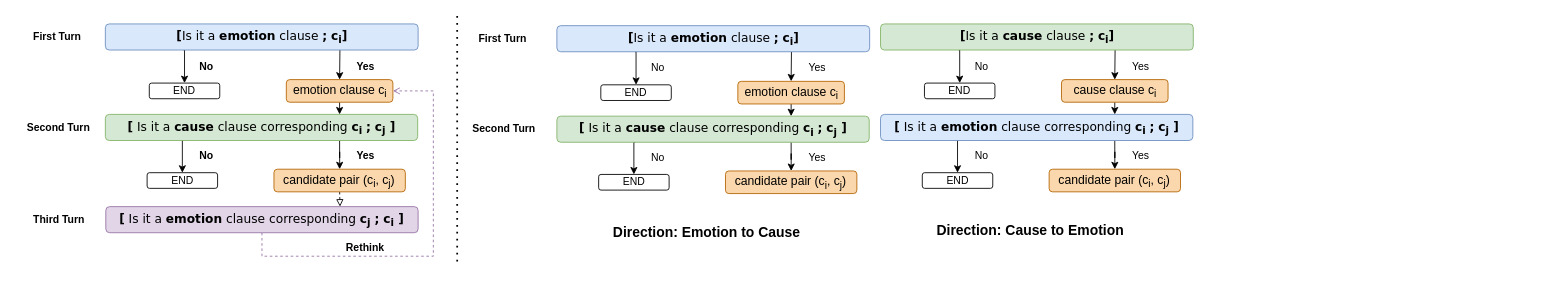
Above: framework2.drawio in zhoucz97/paper_figure (draw.io), before the change. Source tidied: cells renumbered, new cells numbered last; positions are measured from the earlier drawing's top-left corner, leaving out a move shared by most shapes. Both pictures are drawn from the tidied source at 87%, with x=0, y=0 at pixel (15, 16).
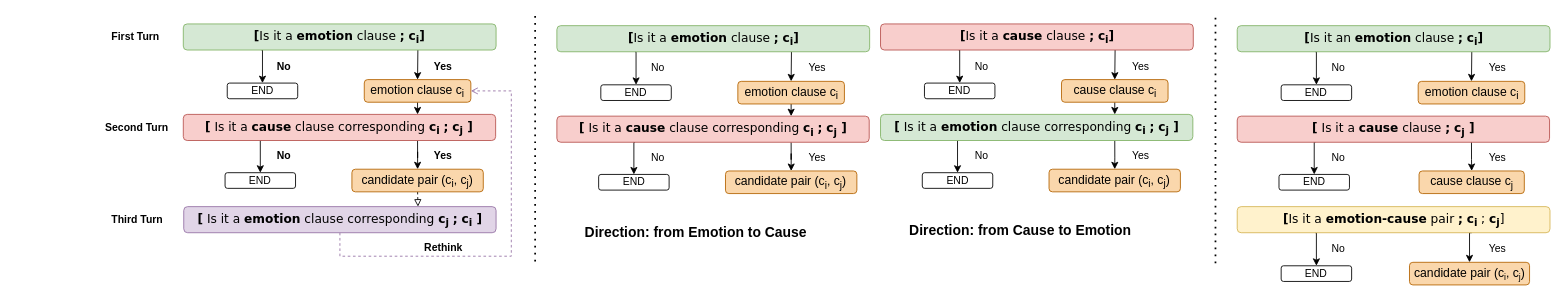
The same page after the edit.

What changed in the source:
```diff
@@
-    <mxCell id="4" value="&lt;font style=&quot;font-size: 14px&quot;&gt;&lt;font face=&quot;Verdana&quot;&gt;&lt;b&gt;[&lt;/b&gt;&lt;/font&gt;&lt;span style=&quot;font-family: &amp;#34;verdana&amp;#34;&quot;&gt;Is it a&amp;nbsp;&lt;/span&gt;&lt;b style=&quot;font-family: &amp;#34;verdana&amp;#34;&quot;&gt;emotion&lt;/b&gt;&lt;span style=&quot;font-family: &amp;#34;verdana&amp;#34;&quot;&gt;&amp;nbsp;clause&amp;nbsp;&lt;/span&gt;&lt;b style=&quot;font-family: &amp;#34;verdana&amp;#34;&quot;&gt;;&lt;/b&gt;&lt;span style=&quot;font-family: &amp;#34;verdana&amp;#34;&quot;&gt;&amp;nbsp;&lt;b&gt;c&lt;sub&gt;i&lt;/sub&gt;]&lt;/b&gt;&lt;/span&gt;&lt;/font&gt;" style="rounded=1;whiteSpace=wrap;html=1;fillColor=#dae8fc;strokeColor=#6c8ebf;" parent="1" vertex="1">
+    <mxCell id="4" value="&lt;font style=&quot;font-size: 14px&quot;&gt;&lt;font face=&quot;Verdana&quot;&gt;&lt;b&gt;[&lt;/b&gt;&lt;/font&gt;&lt;span style=&quot;font-family: &amp;#34;verdana&amp;#34;&quot;&gt;Is it a&amp;nbsp;&lt;/span&gt;&lt;b style=&quot;font-family: &amp;#34;verdana&amp;#34;&quot;&gt;emotion&lt;/b&gt;&lt;span style=&quot;font-family: &amp;#34;verdana&amp;#34;&quot;&gt;&amp;nbsp;clause&amp;nbsp;&lt;/span&gt;&lt;b style=&quot;font-family: &amp;#34;verdana&amp;#34;&quot;&gt;;&lt;/b&gt;&lt;span style=&quot;font-family: &amp;#34;verdana&amp;#34;&quot;&gt;&amp;nbsp;&lt;b&gt;c&lt;sub&gt;i&lt;/sub&gt;]&lt;/b&gt;&lt;/span&gt;&lt;/font&gt;" style="rounded=1;whiteSpace=wrap;html=1;fillColor=#d5e8d4;strokeColor=#82b366;" parent="1" vertex="1">
       <mxGeometry x="622.6" y="11" width="359.5" height="30" as="geometry" />
     </mxCell>
@@
-    <mxCell id="8" value="&lt;font style=&quot;font-size: 14px&quot; face=&quot;Verdana&quot;&gt;&lt;b&gt;[&lt;/b&gt; Is it a &lt;b&gt;cause&lt;/b&gt; clause corresponding &lt;b&gt;c&lt;sub&gt;i&lt;/sub&gt;&lt;/b&gt; &lt;b&gt;;&lt;/b&gt; &lt;b&gt;c&lt;sub&gt;j&lt;/sub&gt;&amp;nbsp;]&lt;/b&gt;&lt;/font&gt;" style="rounded=1;whiteSpace=wrap;html=1;fillColor=#D5E8D4;strokeColor=#82B366;" parent="1" vertex="1">
+    <mxCell id="8" value="&lt;font style=&quot;font-size: 14px&quot; face=&quot;Verdana&quot;&gt;&lt;b&gt;[&lt;/b&gt; Is it a &lt;b&gt;cause&lt;/b&gt; clause corresponding &lt;b&gt;c&lt;sub&gt;i&lt;/sub&gt;&lt;/b&gt; &lt;b&gt;;&lt;/b&gt; &lt;b&gt;c&lt;sub&gt;j&lt;/sub&gt;&amp;nbsp;]&lt;/b&gt;&lt;/font&gt;" style="rounded=1;whiteSpace=wrap;html=1;fillColor=#f8cecc;strokeColor=#b85450;" parent="1" vertex="1">
       <mxGeometry x="622.6" y="115" width="359" height="30" as="geometry" />
     </mxCell>
@@
-    <mxCell id="13" value="&lt;b&gt;First Turn&lt;/b&gt;" style="text;html=1;strokeColor=none;fillColor=none;align=center;verticalAlign=middle;whiteSpace=wrap;rounded=0;" parent="1" vertex="1">
-      <mxGeometry x="511.6" y="16" width="97" height="20" as="geometry" />
-    </mxCell>
-    <mxCell id="14" value="&lt;b&gt;Second Turn&lt;/b&gt;" style="text;html=1;strokeColor=none;fillColor=none;align=center;verticalAlign=middle;whiteSpace=wrap;rounded=0;" parent="1" vertex="1">
-      <mxGeometry x="511.6" y="120" width="100.2" height="20" as="geometry" />
-    </mxCell>
@@
-    <mxCell id="21" value="&lt;font style=&quot;font-size: 14px&quot;&gt;&lt;font face=&quot;Verdana&quot;&gt;&lt;b&gt;[&lt;/b&gt;&lt;/font&gt;&lt;span style=&quot;font-family: &amp;#34;verdana&amp;#34;&quot;&gt;Is it a&amp;nbsp;&lt;/span&gt;&lt;b style=&quot;font-family: &amp;#34;verdana&amp;#34;&quot;&gt;cause&lt;/b&gt;&lt;span style=&quot;font-family: &amp;#34;verdana&amp;#34;&quot;&gt;&amp;nbsp;clause&amp;nbsp;&lt;/span&gt;&lt;b style=&quot;font-family: &amp;#34;verdana&amp;#34;&quot;&gt;;&lt;/b&gt;&lt;span style=&quot;font-family: &amp;#34;verdana&amp;#34;&quot;&gt;&amp;nbsp;&lt;b&gt;c&lt;sub&gt;i&lt;/sub&gt;]&lt;/b&gt;&lt;/span&gt;&lt;/font&gt;" style="rounded=1;whiteSpace=wrap;html=1;fillColor=#D5E8D4;strokeColor=#82B366;" parent="1" vertex="1">
+    <mxCell id="21" value="&lt;font style=&quot;font-size: 14px&quot;&gt;&lt;font face=&quot;Verdana&quot;&gt;&lt;b&gt;[&lt;/b&gt;&lt;/font&gt;&lt;span style=&quot;font-family: &amp;#34;verdana&amp;#34;&quot;&gt;Is it a&amp;nbsp;&lt;/span&gt;&lt;b style=&quot;font-family: &amp;#34;verdana&amp;#34;&quot;&gt;cause&lt;/b&gt;&lt;span style=&quot;font-family: &amp;#34;verdana&amp;#34;&quot;&gt;&amp;nbsp;clause&amp;nbsp;&lt;/span&gt;&lt;b style=&quot;font-family: &amp;#34;verdana&amp;#34;&quot;&gt;;&lt;/b&gt;&lt;span style=&quot;font-family: &amp;#34;verdana&amp;#34;&quot;&gt;&amp;nbsp;&lt;b&gt;c&lt;sub&gt;i&lt;/sub&gt;]&lt;/b&gt;&lt;/span&gt;&lt;/font&gt;" style="rounded=1;whiteSpace=wrap;html=1;fillColor=#f8cecc;strokeColor=#b85450;" parent="1" vertex="1">
       <mxGeometry x="994.6" y="9" width="359.5" height="30" as="geometry" />
     </mxCell>
@@
-    <mxCell id="25" value="&lt;font style=&quot;font-size: 14px&quot; face=&quot;Verdana&quot;&gt;&lt;b&gt;[&lt;/b&gt; Is it a &lt;b&gt;emotion&lt;/b&gt; clause corresponding &lt;b&gt;c&lt;sub&gt;i&lt;/sub&gt;&lt;/b&gt; &lt;b&gt;;&lt;/b&gt; &lt;b&gt;c&lt;sub&gt;j&lt;/sub&gt;&amp;nbsp;]&lt;/b&gt;&lt;/font&gt;" style="rounded=1;whiteSpace=wrap;html=1;fillColor=#DAE8FC;strokeColor=#6C8EBF;" parent="1" vertex="1">
+    <mxCell id="25" value="&lt;font style=&quot;font-size: 14px&quot; face=&quot;Verdana&quot;&gt;&lt;b&gt;[&lt;/b&gt; Is it a &lt;b&gt;emotion&lt;/b&gt; clause corresponding &lt;b&gt;c&lt;sub&gt;i&lt;/sub&gt;&lt;/b&gt; &lt;b&gt;;&lt;/b&gt; &lt;b&gt;c&lt;sub&gt;j&lt;/sub&gt;&amp;nbsp;]&lt;/b&gt;&lt;/font&gt;" style="rounded=1;whiteSpace=wrap;html=1;fillColor=#d5e8d4;strokeColor=#82b366;" parent="1" vertex="1">
       <mxGeometry x="994.6" y="113" width="359" height="30" as="geometry" />
     </mxCell>
@@
     <mxCell id="29" value="&lt;font style=&quot;font-size: 14px&quot;&gt;candidate pair (c&lt;sub&gt;i&lt;/sub&gt;, c&lt;sub&gt;j&lt;/sub&gt;)&lt;/font&gt;" style="rounded=1;whiteSpace=wrap;html=1;fillColor=#fad7ac;strokeColor=#b46504;" parent="1" vertex="1">
-      <mxGeometry x="1188.4" y="176" width="151" height="26" as="geometry" />
+      <mxGeometry x="1188.3" y="176" width="151" height="26" as="geometry" />
     </mxCell>
@@
     <mxCell id="34" style="endArrow=none;dashed=1;html=1;dashPattern=1 3;strokeWidth=2;" parent="1" edge="1">
       <mxGeometry relative="1" as="geometry">
-        <mxPoint x="508" as="sourcePoint" />
-        <mxPoint x="508" y="283" as="targetPoint" />
+        <mxPoint x="597.6" as="sourcePoint" />
+        <mxPoint x="597.6" y="283" as="targetPoint" />
       </mxGeometry>
     </mxCell>
-    <mxCell id="35" value="&lt;font size=&quot;1&quot;&gt;&lt;b style=&quot;font-size: 16px&quot;&gt;Direction: Emotion to Cause&lt;/b&gt;&lt;/font&gt;" style="text;html=1;strokeColor=none;fillColor=none;align=center;verticalAlign=middle;whiteSpace=wrap;rounded=0;" parent="1" vertex="1">
-      <mxGeometry x="673.1" y="226" width="244" height="44" as="geometry" />
+    <mxCell id="35" value="&lt;font size=&quot;1&quot;&gt;&lt;b style=&quot;font-size: 16px&quot;&gt;Direction: from Emotion to Cause&lt;/b&gt;&lt;/font&gt;" style="text;html=1;strokeColor=none;fillColor=none;align=center;verticalAlign=middle;whiteSpace=wrap;rounded=0;" parent="1" vertex="1">
+      <mxGeometry x="646.6" y="226" width="270.5" height="44" as="geometry" />
     </mxCell>
-    <mxCell id="36" value="&lt;font size=&quot;1&quot;&gt;&lt;b style=&quot;font-size: 16px&quot;&gt;Direction: Cause to Emotion&lt;/b&gt;&lt;/font&gt;" style="text;html=1;strokeColor=none;fillColor=none;align=center;verticalAlign=middle;whiteSpace=wrap;rounded=0;" parent="1" vertex="1">
-      <mxGeometry x="1045.1" y="224" width="244" height="44" as="geometry" />
+    <mxCell id="36" value="&lt;font size=&quot;1&quot;&gt;&lt;b style=&quot;font-size: 16px&quot;&gt;Direction: from Cause to Emotion&lt;/b&gt;&lt;/font&gt;" style="text;html=1;strokeColor=none;fillColor=none;align=center;verticalAlign=middle;whiteSpace=wrap;rounded=0;" parent="1" vertex="1">
+      <mxGeometry x="1020.6" y="224" width="268.5" height="44" as="geometry" />
     </mxCell>
@@
-    <mxCell id="39" value="&lt;font style=&quot;font-size: 14px&quot;&gt;&lt;font face=&quot;Verdana&quot;&gt;&lt;b&gt;[&lt;/b&gt;&lt;/font&gt;&lt;span style=&quot;font-family: &amp;#34;verdana&amp;#34;&quot;&gt;Is it a&amp;nbsp;&lt;/span&gt;&lt;b style=&quot;font-family: &amp;#34;verdana&amp;#34;&quot;&gt;emotion&lt;/b&gt;&lt;span style=&quot;font-family: &amp;#34;verdana&amp;#34;&quot;&gt;&amp;nbsp;clause&amp;nbsp;&lt;/span&gt;&lt;b style=&quot;font-family: &amp;#34;verdana&amp;#34;&quot;&gt;;&lt;/b&gt;&lt;span style=&quot;font-family: &amp;#34;verdana&amp;#34;&quot;&gt;&amp;nbsp;&lt;b&gt;c&lt;sub&gt;i&lt;/sub&gt;]&lt;/b&gt;&lt;/span&gt;&lt;/font&gt;" style="rounded=1;whiteSpace=wrap;html=1;fillColor=#dae8fc;strokeColor=#6c8ebf;" parent="1" vertex="1">
-      <mxGeometry x="103.6" y="9" width="359.5" height="30" as="geometry" />
+    <mxCell id="39" value="&lt;font style=&quot;font-size: 14px&quot;&gt;&lt;font face=&quot;Verdana&quot;&gt;&lt;b&gt;[&lt;/b&gt;&lt;/font&gt;&lt;span style=&quot;font-family: &amp;#34;verdana&amp;#34;&quot;&gt;Is it a&amp;nbsp;&lt;/span&gt;&lt;b style=&quot;font-family: &amp;#34;verdana&amp;#34;&quot;&gt;emotion&lt;/b&gt;&lt;span style=&quot;font-family: &amp;#34;verdana&amp;#34;&quot;&gt;&amp;nbsp;clause&amp;nbsp;&lt;/span&gt;&lt;b style=&quot;font-family: &amp;#34;verdana&amp;#34;&quot;&gt;;&lt;/b&gt;&lt;span style=&quot;font-family: &amp;#34;verdana&amp;#34;&quot;&gt;&amp;nbsp;&lt;b&gt;c&lt;sub&gt;i&lt;/sub&gt;]&lt;/b&gt;&lt;/span&gt;&lt;/font&gt;" style="rounded=1;whiteSpace=wrap;html=1;fillColor=#d5e8d4;strokeColor=#82b366;" parent="1" vertex="1">
+      <mxGeometry x="193.2" y="9" width="359.5" height="30" as="geometry" />
     </mxCell>
     <mxCell id="40" value="END" style="rounded=1;whiteSpace=wrap;html=1;" parent="1" vertex="1">
-      <mxGeometry x="154.1" y="77" width="81" height="18" as="geometry" />
+      <mxGeometry x="243.7" y="77" width="81" height="18" as="geometry" />
     </mxCell>
@@
-    <mxCell id="43" value="&lt;font style=&quot;font-size: 14px&quot; face=&quot;Verdana&quot;&gt;&lt;b&gt;[&lt;/b&gt; Is it a &lt;b&gt;cause&lt;/b&gt; clause corresponding &lt;b&gt;c&lt;sub&gt;i&lt;/sub&gt;&lt;/b&gt; &lt;b&gt;;&lt;/b&gt; &lt;b&gt;c&lt;sub&gt;j&lt;/sub&gt;&amp;nbsp;]&lt;/b&gt;&lt;/font&gt;" style="rounded=1;whiteSpace=wrap;html=1;fillColor=#d5e8d4;strokeColor=#82b366;" parent="1" vertex="1">
-      <mxGeometry x="103.6" y="113" width="359" height="30" as="geometry" />
+    <mxCell id="43" value="&lt;font style=&quot;font-size: 14px&quot; face=&quot;Verdana&quot;&gt;&lt;b&gt;[&lt;/b&gt; Is it a &lt;b&gt;cause&lt;/b&gt; clause corresponding &lt;b&gt;c&lt;sub&gt;i&lt;/sub&gt;&lt;/b&gt; &lt;b&gt;;&lt;/b&gt; &lt;b&gt;c&lt;sub&gt;j&lt;/sub&gt;&amp;nbsp;]&lt;/b&gt;&lt;/font&gt;" style="rounded=1;whiteSpace=wrap;html=1;fillColor=#f8cecc;strokeColor=#b85450;" parent="1" vertex="1">
+      <mxGeometry x="193.2" y="113" width="359" height="30" as="geometry" />
     </mxCell>
@@
     <mxCell id="45" value="&lt;font style=&quot;font-size: 14px&quot;&gt;emotion clause c&lt;sub&gt;i&lt;/sub&gt;&lt;/font&gt;" style="rounded=1;whiteSpace=wrap;html=1;fillColor=#fad7ac;strokeColor=#b46504;" parent="1" vertex="1">
-      <mxGeometry x="311.6" y="73" width="122.5" height="26" as="geometry" />
+      <mxGeometry x="401.2" y="73" width="122.5" height="26" as="geometry" />
     </mxCell>
     <mxCell id="46" value="END" style="rounded=1;whiteSpace=wrap;html=1;" parent="1" vertex="1">
-      <mxGeometry x="151.6" y="180" width="81" height="18" as="geometry" />
+      <mxGeometry x="241.2" y="180" width="81" height="18" as="geometry" />
     </mxCell>
@@
     <mxCell id="48" value="&lt;font style=&quot;font-size: 14px&quot;&gt;candidate pair (c&lt;sub&gt;i&lt;/sub&gt;, c&lt;sub&gt;j&lt;/sub&gt;)&lt;/font&gt;" style="rounded=1;whiteSpace=wrap;html=1;fillColor=#fad7ac;strokeColor=#b46504;" parent="1" vertex="1">
-      <mxGeometry x="297.4" y="176" width="151" height="26" as="geometry" />
+      <mxGeometry x="387" y="176" width="151" height="26" as="geometry" />
     </mxCell>
     <mxCell id="49" style="edgeStyle=orthogonalEdgeStyle;rounded=0;jettySize=auto;html=1;entryX=1;entryY=0.5;entryDx=0;entryDy=0;dashed=1;endArrow=open;endFill=0;fillColor=#e1d5e7;strokeColor=#9673a6;" parent="1" edge="1" source="50" target="45">
       <mxGeometry relative="1" as="geometry">
         <Array as="points">
-          <mxPoint x="283.6" y="276" />
-          <mxPoint x="480.6" y="276" />
-          <mxPoint x="480.6" y="86" />
+          <mxPoint x="373.2" y="276" />
+          <mxPoint x="570.2" y="276" />
+          <mxPoint x="570.2" y="86" />
         </Array>
       </mxGeometry>
     </mxCell>
     <mxCell id="50" value="&lt;font style=&quot;font-size: 14px&quot; face=&quot;Verdana&quot;&gt;&lt;b&gt;[&lt;/b&gt; Is it a &lt;b&gt;emotion&lt;/b&gt; clause corresponding &lt;b&gt;c&lt;sub&gt;j&lt;/sub&gt;&lt;/b&gt;&amp;nbsp;&lt;b&gt;;&lt;/b&gt; &lt;b&gt;c&lt;sub&gt;i&lt;/sub&gt;&amp;nbsp;]&lt;/b&gt;&lt;/font&gt;" style="rounded=1;whiteSpace=wrap;html=1;fillColor=#e1d5e7;strokeColor=#9673a6;" parent="1" vertex="1">
-      <mxGeometry x="104.1" y="219" width="359" height="30" as="geometry" />
+      <mxGeometry x="193.7" y="219" width="359" height="30" as="geometry" />
     </mxCell>
     <mxCell id="51" value="&lt;b&gt;First Turn&lt;/b&gt;" style="text;html=1;strokeColor=none;fillColor=none;align=center;verticalAlign=middle;whiteSpace=wrap;rounded=0;" parent="1" vertex="1">
-      <mxGeometry x="0.3" y="14" width="97" height="20" as="geometry" />
+      <mxGeometry x="89.8" y="14" width="97" height="20" as="geometry" />
     </mxCell>
     <mxCell id="52" value="&lt;b&gt;Second Turn&lt;/b&gt;" style="text;html=1;strokeColor=none;fillColor=none;align=center;verticalAlign=middle;whiteSpace=wrap;rounded=0;" parent="1" vertex="1">
-      <mxGeometry y="118" width="100.2" height="20" as="geometry" />
+      <mxGeometry x="89.6" y="118" width="100.2" height="20" as="geometry" />
     </mxCell>
     <mxCell id="53" value="&lt;b&gt;Third Turn&lt;/b&gt;" style="text;html=1;strokeColor=none;fillColor=none;align=center;verticalAlign=middle;whiteSpace=wrap;rounded=0;" parent="1" vertex="1">
-      <mxGeometry x="0.9" y="224" width="98.5" height="20" as="geometry" />
+      <mxGeometry x="90.5" y="224" width="98.5" height="20" as="geometry" />
     </mxCell>
     <mxCell id="54" value="&lt;b&gt;No&lt;/b&gt;" style="text;html=1;strokeColor=none;fillColor=none;align=center;verticalAlign=middle;whiteSpace=wrap;rounded=0;" parent="1" vertex="1">
-      <mxGeometry x="199.6" y="151" width="40" height="20" as="geometry" />
+      <mxGeometry x="289.2" y="151" width="40" height="20" as="geometry" />
     </mxCell>
     <mxCell id="55" value="&lt;b&gt;Yes&lt;/b&gt;" style="text;html=1;strokeColor=none;fillColor=none;align=center;verticalAlign=middle;whiteSpace=wrap;rounded=0;" parent="1" vertex="1">
-      <mxGeometry x="382.6" y="151" width="40" height="20" as="geometry" />
+      <mxGeometry x="472.2" y="151" width="40" height="20" as="geometry" />
     </mxCell>
     <mxCell id="56" value="&lt;b&gt;Rethink&lt;/b&gt;" style="text;html=1;strokeColor=none;fillColor=none;align=center;verticalAlign=middle;whiteSpace=wrap;rounded=0;" parent="1" vertex="1">
-      <mxGeometry x="375.2" y="257" width="54.8" height="20" as="geometry" />
+      <mxGeometry x="464.9" y="257" width="54.8" height="20" as="geometry" />
     </mxCell>
     <mxCell id="57" value="&lt;b&gt;No&lt;/b&gt;" style="text;html=1;strokeColor=none;fillColor=none;align=center;verticalAlign=middle;whiteSpace=wrap;rounded=0;" parent="1" vertex="1">
-      <mxGeometry x="199.6" y="48" width="40" height="20" as="geometry" />
+      <mxGeometry x="289.2" y="48" width="40" height="20" as="geometry" />
     </mxCell>
     <mxCell id="58" value="&lt;b&gt;Yes&lt;/b&gt;" style="text;html=1;strokeColor=none;fillColor=none;align=center;verticalAlign=middle;whiteSpace=wrap;rounded=0;" parent="1" vertex="1">
-      <mxGeometry x="382.6" y="48" width="40" height="20" as="geometry" />
+      <mxGeometry x="472.2" y="48" width="40" height="20" as="geometry" />
     </mxCell>
+    <mxCell id="59" style="edgeStyle=orthogonalEdgeStyle;rounded=0;jettySize=auto;html=1;exitX=0.25;exitY=1;exitDx=0;exitDy=0;entryX=0.5;entryY=0;entryDx=0;entryDy=0;" parent="1" edge="1" source="61" target="62">
+      <mxGeometry relative="1" as="geometry" />
+    </mxCell>
+    <mxCell id="60" style="edgeStyle=orthogonalEdgeStyle;rounded=0;jettySize=auto;html=1;exitX=0.75;exitY=1;exitDx=0;exitDy=0;entryX=0.5;entryY=0;entryDx=0;entryDy=0;" parent="1" edge="1" source="61" target="63">
+      <mxGeometry relative="1" as="geometry" />
+    </mxCell>
+    <mxCell id="61" value="&lt;font style=&quot;font-size: 14px&quot;&gt;&lt;font face=&quot;Verdana&quot;&gt;&lt;b&gt;[&lt;/b&gt;&lt;/font&gt;&lt;span style=&quot;font-family: &amp;#34;verdana&amp;#34;&quot;&gt;Is it a &lt;b&gt;emotion-cause&lt;/b&gt; pair&lt;/span&gt;&lt;span style=&quot;font-family: &amp;#34;verdana&amp;#34;&quot;&gt;&amp;nbsp;&lt;/span&gt;&lt;b style=&quot;font-family: &amp;#34;verdana&amp;#34;&quot;&gt;;&lt;/b&gt;&lt;span style=&quot;font-family: &amp;#34;verdana&amp;#34;&quot;&gt;&amp;nbsp;&lt;b&gt;c&lt;/b&gt;&lt;sub style=&quot;font-weight: bold&quot;&gt;i &lt;/sub&gt;; &lt;b&gt;c&lt;sub&gt;j&lt;/sub&gt;&lt;/b&gt;]&lt;/span&gt;&lt;/font&gt;" style="rounded=1;whiteSpace=wrap;html=1;fillColor=#fff2cc;strokeColor=#d6b656;" parent="1" vertex="1">
+      <mxGeometry x="1404.6" y="219" width="359.5" height="30" as="geometry" />
+    </mxCell>
+    <mxCell id="62" value="END" style="rounded=1;whiteSpace=wrap;html=1;" parent="1" vertex="1">
+      <mxGeometry x="1455.1" y="287" width="81" height="18" as="geometry" />
+    </mxCell>
+    <mxCell id="63" value="&lt;span style=&quot;font-size: 14px&quot;&gt;candidate pair (c&lt;/span&gt;&lt;sub&gt;i&lt;/sub&gt;&lt;span style=&quot;font-size: 14px&quot;&gt;, c&lt;/span&gt;&lt;sub&gt;j&lt;/sub&gt;&lt;span style=&quot;font-size: 14px&quot;&gt;)&lt;/span&gt;" style="rounded=1;whiteSpace=wrap;html=1;fillColor=#fad7ac;strokeColor=#b46504;" parent="1" vertex="1">
+      <mxGeometry x="1602.6" y="283" width="138" height="26" as="geometry" />
+    </mxCell>
+    <mxCell id="64" value="No" style="text;html=1;strokeColor=none;fillColor=none;align=center;verticalAlign=middle;whiteSpace=wrap;rounded=0;" parent="1" vertex="1">
+      <mxGeometry x="1500.6" y="258" width="40" height="20" as="geometry" />
+    </mxCell>
+    <mxCell id="65" value="Yes" style="text;html=1;strokeColor=none;fillColor=none;align=center;verticalAlign=middle;whiteSpace=wrap;rounded=0;" parent="1" vertex="1">
+      <mxGeometry x="1683.6" y="258" width="40" height="20" as="geometry" />
+    </mxCell>
+    <mxCell id="66" style="endArrow=none;dashed=1;html=1;dashPattern=1 3;strokeWidth=2;" parent="1" edge="1">
+      <mxGeometry relative="1" as="geometry">
+        <mxPoint x="1379.6" y="2" as="sourcePoint" />
+        <mxPoint x="1379.6" y="285" as="targetPoint" />
+      </mxGeometry>
+    </mxCell>
+    <mxCell id="67" style="edgeStyle=orthogonalEdgeStyle;rounded=0;jettySize=auto;html=1;exitX=0.25;exitY=1;exitDx=0;exitDy=0;entryX=0.5;entryY=0;entryDx=0;entryDy=0;" parent="1" edge="1" source="69" target="70">
+      <mxGeometry relative="1" as="geometry" />
+    </mxCell>
+    <mxCell id="68" style="edgeStyle=orthogonalEdgeStyle;rounded=0;jettySize=auto;html=1;exitX=0.75;exitY=1;exitDx=0;exitDy=0;entryX=0.5;entryY=0;entryDx=0;entryDy=0;" parent="1" edge="1" source="69" target="74">
+      <mxGeometry relative="1" as="geometry" />
+    </mxCell>
+    <mxCell id="69" value="&lt;font style=&quot;font-size: 14px&quot;&gt;&lt;font face=&quot;Verdana&quot;&gt;&lt;b&gt;[&lt;/b&gt;&lt;/font&gt;&lt;span style=&quot;font-family: &amp;#34;verdana&amp;#34;&quot;&gt;Is it an&amp;nbsp;&lt;b&gt;emotion&lt;/b&gt;&lt;/span&gt;&lt;span style=&quot;font-family: &amp;#34;verdana&amp;#34;&quot;&gt;&amp;nbsp;clause&amp;nbsp;&lt;/span&gt;&lt;b style=&quot;font-family: &amp;#34;verdana&amp;#34;&quot;&gt;;&lt;/b&gt;&lt;span style=&quot;font-family: &amp;#34;verdana&amp;#34;&quot;&gt;&amp;nbsp;&lt;b&gt;c&lt;sub&gt;i&lt;/sub&gt;]&lt;/b&gt;&lt;/span&gt;&lt;/font&gt;" style="rounded=1;whiteSpace=wrap;html=1;fillColor=#d5e8d4;strokeColor=#82b366;" parent="1" vertex="1">
+      <mxGeometry x="1404.6" y="11" width="359.5" height="30" as="geometry" />
+    </mxCell>
+    <mxCell id="70" value="END" style="rounded=1;whiteSpace=wrap;html=1;" parent="1" vertex="1">
+      <mxGeometry x="1455.1" y="79" width="81" height="18" as="geometry" />
+    </mxCell>
+    <mxCell id="71" style="edgeStyle=orthogonalEdgeStyle;rounded=0;jettySize=auto;html=1;exitX=0.25;exitY=1;exitDx=0;exitDy=0;entryX=0.5;entryY=0;entryDx=0;entryDy=0;" parent="1" edge="1" source="73" target="75">
+      <mxGeometry relative="1" as="geometry" />
+    </mxCell>
+    <mxCell id="72" style="edgeStyle=orthogonalEdgeStyle;rounded=0;jettySize=auto;html=1;exitX=0.75;exitY=1;exitDx=0;exitDy=0;" parent="1" edge="1" source="73" target="76">
+      <mxGeometry relative="1" as="geometry" />
+    </mxCell>
+    <mxCell id="73" value="&lt;font style=&quot;font-size: 14px&quot; face=&quot;Verdana&quot;&gt;&lt;b&gt;[&lt;/b&gt; Is it a &lt;b&gt;cause&lt;/b&gt;&amp;nbsp;clause&amp;nbsp;&lt;b&gt;;&lt;/b&gt; &lt;b&gt;c&lt;sub&gt;j&lt;/sub&gt;&amp;nbsp;]&lt;/b&gt;&lt;/font&gt;" style="rounded=1;whiteSpace=wrap;html=1;fillColor=#f8cecc;strokeColor=#b85450;" parent="1" vertex="1">
+      <mxGeometry x="1404.6" y="115" width="359" height="30" as="geometry" />
+    </mxCell>
+    <mxCell id="74" value="&lt;font style=&quot;font-size: 14px&quot;&gt;emotion clause c&lt;sub&gt;i&lt;/sub&gt;&lt;/font&gt;" style="rounded=1;whiteSpace=wrap;html=1;fillColor=#fad7ac;strokeColor=#b46504;" parent="1" vertex="1">
+      <mxGeometry x="1612.6" y="75" width="122.5" height="26" as="geometry" />
+    </mxCell>
+    <mxCell id="75" value="END" style="rounded=1;whiteSpace=wrap;html=1;" parent="1" vertex="1">
+      <mxGeometry x="1452.6" y="182" width="81" height="18" as="geometry" />
+    </mxCell>
+    <mxCell id="76" value="&lt;span style=&quot;font-size: 14px&quot;&gt;cause clause c&lt;sub&gt;j&lt;/sub&gt;&lt;/span&gt;" style="rounded=1;whiteSpace=wrap;html=1;fillColor=#fad7ac;strokeColor=#b46504;" parent="1" vertex="1">
+      <mxGeometry x="1613.6" y="178" width="121" height="26" as="geometry" />
+    </mxCell>
+    <mxCell id="77" value="No" style="text;html=1;strokeColor=none;fillColor=none;align=center;verticalAlign=middle;whiteSpace=wrap;rounded=0;" parent="1" vertex="1">
+      <mxGeometry x="1500.6" y="153" width="40" height="20" as="geometry" />
+    </mxCell>
+    <mxCell id="78" value="Yes" style="text;html=1;strokeColor=none;fillColor=none;align=center;verticalAlign=middle;whiteSpace=wrap;rounded=0;" parent="1" vertex="1">
+      <mxGeometry x="1683.6" y="153" width="40" height="20" as="geometry" />
+    </mxCell>
+    <mxCell id="79" value="No" style="text;html=1;strokeColor=none;fillColor=none;align=center;verticalAlign=middle;whiteSpace=wrap;rounded=0;" parent="1" vertex="1">
+      <mxGeometry x="1500.6" y="50" width="40" height="20" as="geometry" />
+    </mxCell>
+    <mxCell id="80" value="Yes" style="text;html=1;strokeColor=none;fillColor=none;align=center;verticalAlign=middle;whiteSpace=wrap;rounded=0;" parent="1" vertex="1">
+      <mxGeometry x="1683.6" y="50" width="40" height="20" as="geometry" />
+    </mxCell>
```
